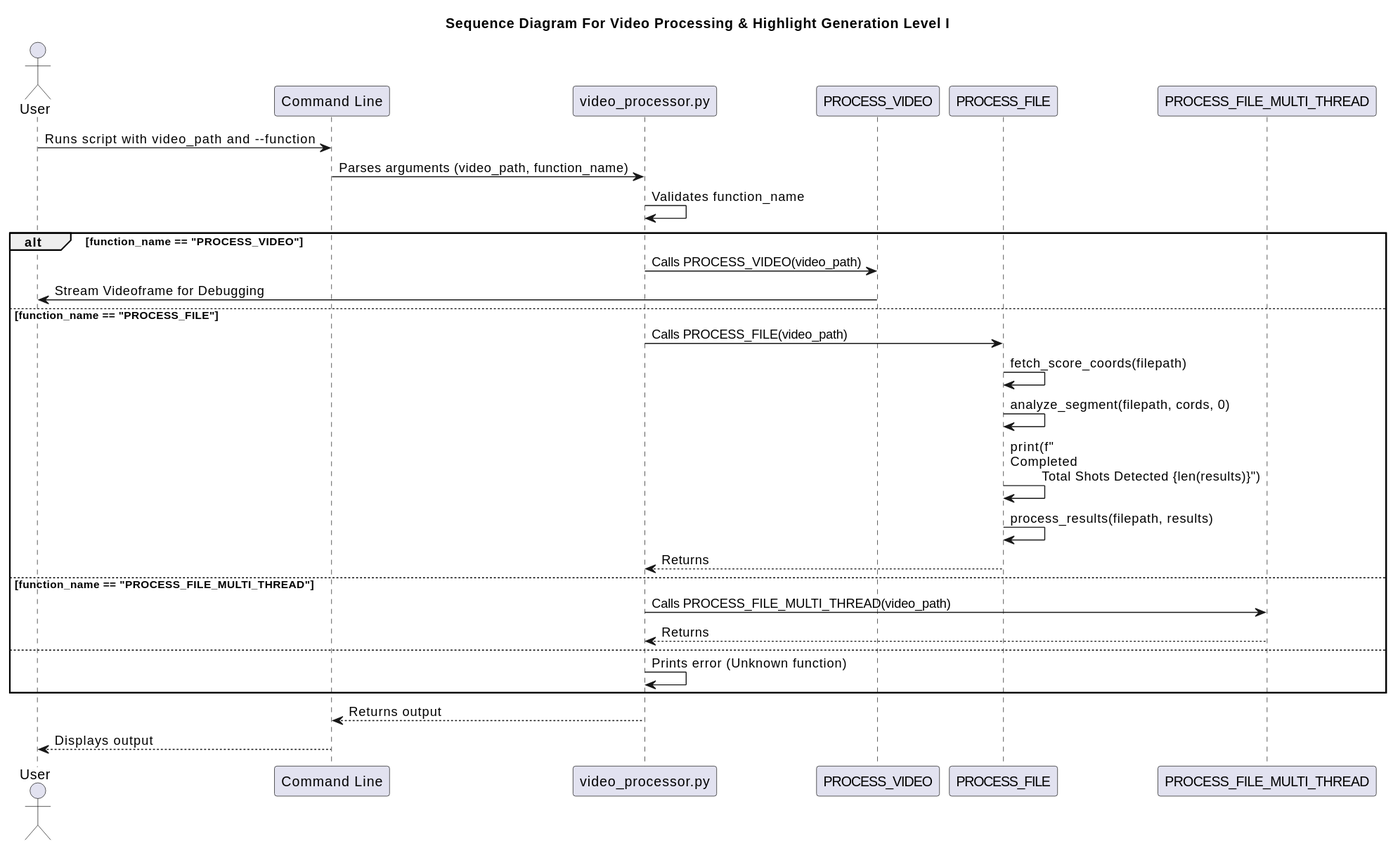
Above: Docs/Images/CLIP_GENIUS.svg in SawaabA/Clip_Genius (PlantUML), before the change.
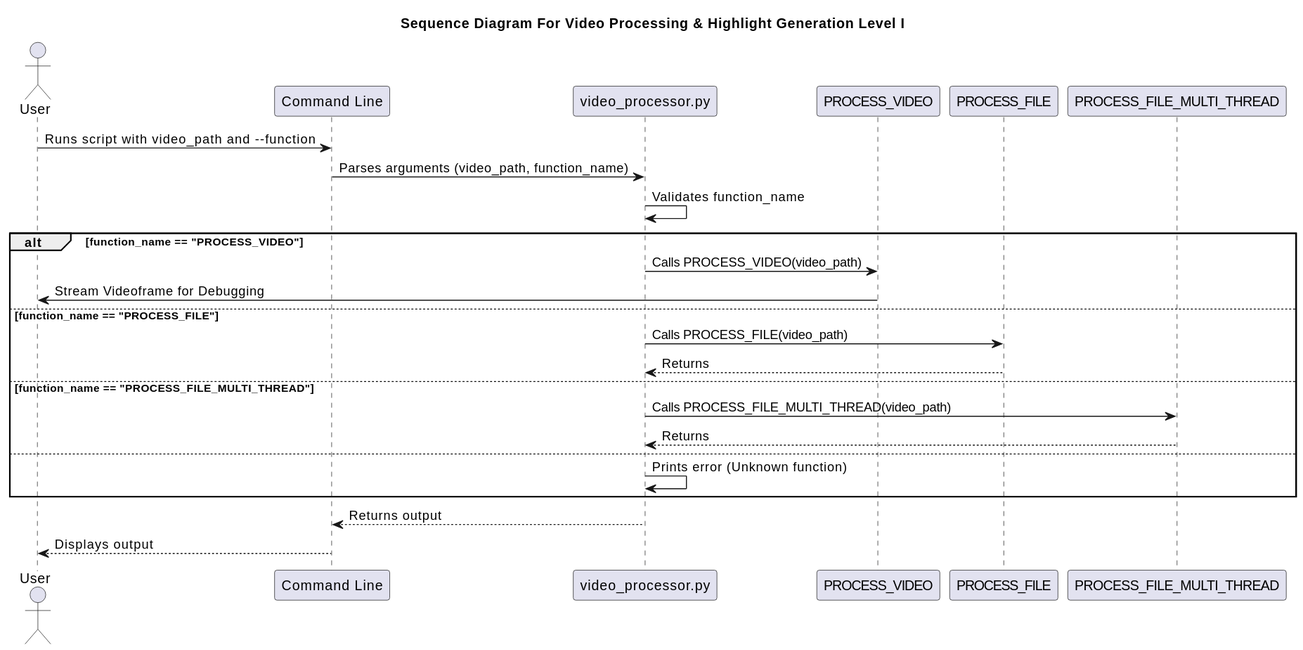
After the change.

The edit, as a diff of the source:
```diff
@@ -16,10 +16,6 @@
     PV -> User: Stream Videoframe for Debugging
 else function_name == "PROCESS_FILE"
     Script -> PF: Calls PROCESS_FILE(video_path)
-    PF->PF:fetch_score_coords(filepath)
-    PF->PF:analyze_segment(filepath, cords, 0)
-    PF->PF:print(f"\nCompleted\n\tTotal Shots Detected {len(results)}")
-    PF->PF:process_results(filepath, results)
     PF --> Script: Returns
 else function_name == "PROCESS_FILE_MULTI_THREAD"
     Script -> PFT: Calls PROCESS_FILE_MULTI_THREAD(video_path)
```
